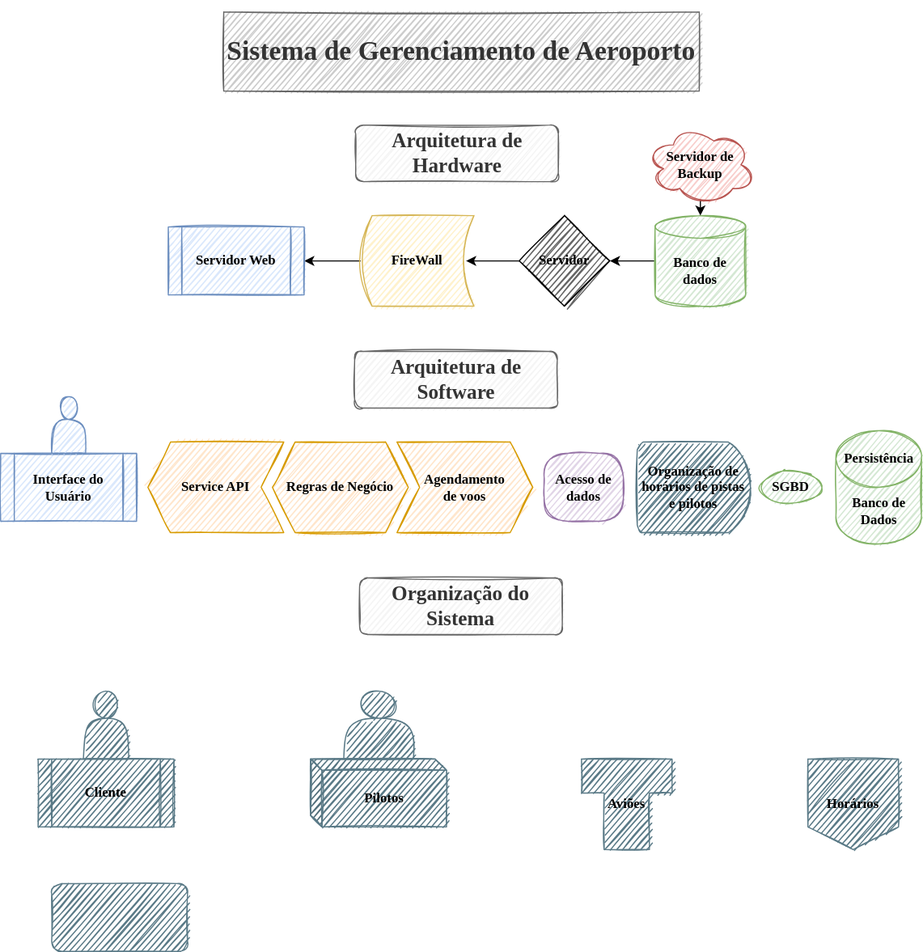
ipeeeed/arquivos-da-faculdade keeps this draw.io diagram as Diagrama sem título.drawio.svg. Above is the earlier version. Source tidied: cells renumbered, new cells last; positions are measured from the earlier drawing's top-left corner, leaving out a move shared by most shapes.
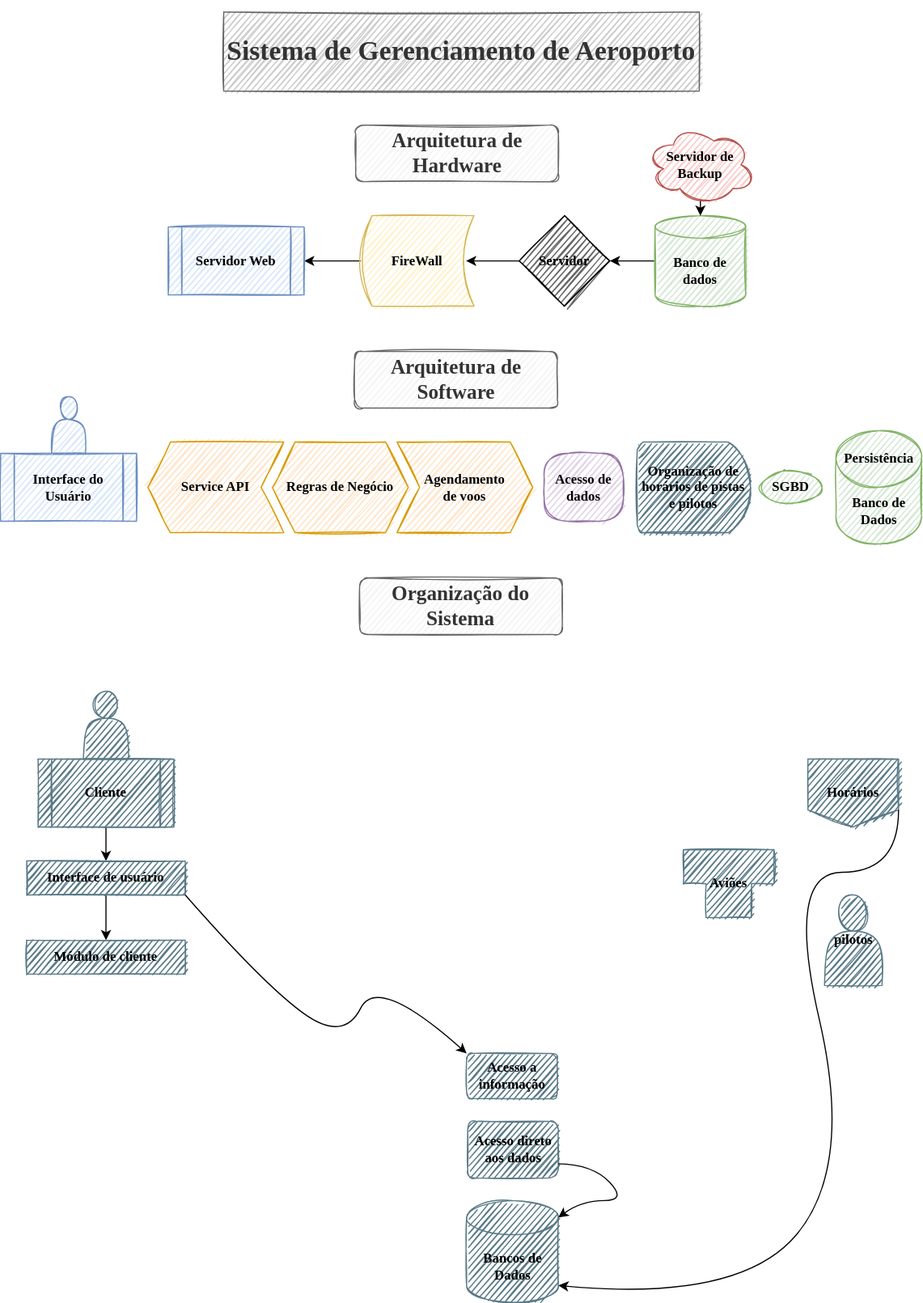
Above is the later version.

Change to the diagram source:
```diff
@@ -71,26 +71,69 @@
     <mxCell id="24" value="&lt;h2&gt;Organização do Sistema&lt;/h2&gt;" style="rounded=1;whiteSpace=wrap;html=1;sketch=1;fontFamily=Comic Sans MS;fillColor=#f5f5f5;fontColor=#333333;strokeColor=#666666;" parent="1" vertex="1">
       <mxGeometry x="317" y="500" width="179" height="50" as="geometry" />
     </mxCell>
+    <mxCell id="32" style="edgeStyle=orthogonalEdgeStyle;rounded=0;jettySize=auto;html=1;exitX=0.5;exitY=1;exitDx=0;exitDy=0;entryX=0.5;entryY=0;entryDx=0;entryDy=0;fontFamily=Comic Sans MS;fontColor=#000000;" parent="1" edge="1" source="25" target="34">
+      <mxGeometry relative="1" as="geometry" />
+    </mxCell>
     <mxCell id="25" value="&lt;b&gt;Cliente&lt;/b&gt;" style="shape=process;whiteSpace=wrap;html=1;backgroundOutline=1;sketch=1;fontFamily=Comic Sans MS;fontColor=#000000;strokeColor=#5A7A87;strokeWidth=1;fillColor=#5A7A87;gradientColor=none;" parent="1" vertex="1">
       <mxGeometry x="33" y="660" width="120" height="60" as="geometry" />
     </mxCell>
     <mxCell id="26" style="shape=actor;whiteSpace=wrap;html=1;sketch=1;fontFamily=Comic Sans MS;fontColor=#000000;strokeColor=#5A7A87;strokeWidth=1;fillColor=#5A7A87;gradientColor=none;" parent="1" vertex="1">
       <mxGeometry x="73" y="600" width="40" height="60" as="geometry" />
     </mxCell>
-    <mxCell id="27" value="&lt;b&gt;Pilotos&lt;/b&gt;" style="shape=cube;whiteSpace=wrap;html=1;boundedLbl=1;backgroundOutline=1;darkOpacity=0.05;darkOpacity2=0.1;sketch=1;fontFamily=Comic Sans MS;fontColor=#000000;strokeColor=#5A7A87;strokeWidth=1;fillColor=#5A7A87;gradientColor=none;size=10;" parent="1" vertex="1">
-      <mxGeometry x="273.8" y="660" width="120" height="60" as="geometry" />
-    </mxCell>
-    <mxCell id="28" style="shape=actor;whiteSpace=wrap;html=1;sketch=1;fontFamily=Comic Sans MS;fontColor=#000000;strokeColor=#5A7A87;strokeWidth=1;fillColor=#5A7A87;gradientColor=none;" parent="1" vertex="1">
-      <mxGeometry x="303" y="600" width="61.5" height="60" as="geometry" />
+    <mxCell id="28" value="&lt;b&gt;pilotos&lt;/b&gt;" style="shape=actor;whiteSpace=wrap;html=1;sketch=1;fontFamily=Comic Sans MS;fontColor=#000000;strokeColor=#5A7A87;strokeWidth=1;fillColor=#5A7A87;gradientColor=none;" parent="1" vertex="1">
+      <mxGeometry x="727.6" y="780" width="50.8" height="80" as="geometry" />
     </mxCell>
     <mxCell id="29" value="&lt;b&gt;Aviões&lt;/b&gt;" style="shape=tee;whiteSpace=wrap;html=1;sketch=1;fontFamily=Comic Sans MS;fontColor=#000000;strokeColor=#5A7A87;strokeWidth=1;fillColor=#5A7A87;gradientColor=none;dx=40;dy=30;" parent="1" vertex="1">
-      <mxGeometry x="513" y="660" width="80" height="80" as="geometry" />
+      <mxGeometry x="603" y="740" width="80" height="60" as="geometry" />
     </mxCell>
     <mxCell id="30" value="&lt;b&gt;Horários&lt;/b&gt;" style="shape=offPageConnector;whiteSpace=wrap;html=1;sketch=1;fontFamily=Comic Sans MS;fontColor=#000000;strokeColor=#5A7A87;strokeWidth=1;fillColor=#5A7A87;gradientColor=none;size=0.25;" parent="1" vertex="1">
-      <mxGeometry x="713" y="660" width="80" height="80" as="geometry" />
+      <mxGeometry x="713" y="660" width="80" height="60" as="geometry" />
     </mxCell>
-    <mxCell id="31" style="rounded=1;whiteSpace=wrap;html=1;sketch=1;fontFamily=Comic Sans MS;fontColor=#000000;strokeColor=#5A7A87;strokeWidth=1;fillColor=#5A7A87;gradientColor=none;" parent="1" vertex="1">
-      <mxGeometry x="45" y="770" width="120" height="60" as="geometry" />
+    <mxCell id="31" value="&lt;b&gt;Acesso a informação&lt;/b&gt;" style="rounded=1;whiteSpace=wrap;html=1;sketch=1;fontFamily=Comic Sans MS;fontColor=#000000;strokeColor=#5A7A87;strokeWidth=1;fillColor=#5A7A87;gradientColor=none;" parent="1" vertex="1">
+      <mxGeometry x="411.5" y="920" width="80" height="40" as="geometry" />
     </mxCell>
+    <mxCell id="33" style="edgeStyle=orthogonalEdgeStyle;rounded=0;jettySize=auto;html=1;exitX=0.5;exitY=1;exitDx=0;exitDy=0;entryX=0.5;entryY=0;entryDx=0;entryDy=0;fontFamily=Comic Sans MS;fontColor=#000000;" parent="1" edge="1" source="34" target="36">
+      <mxGeometry relative="1" as="geometry" />
+    </mxCell>
+    <mxCell id="34" value="&lt;b&gt;Interface de usuário&lt;/b&gt;" style="rounded=0;whiteSpace=wrap;html=1;sketch=1;fontFamily=Comic Sans MS;fontColor=#000000;strokeColor=#5A7A87;strokeWidth=1;fillColor=#5A7A87;gradientColor=none;" parent="1" vertex="1">
+      <mxGeometry x="23" y="750" width="140" height="30" as="geometry" />
+    </mxCell>
+    <mxCell id="35" value="&lt;b&gt;Bancos de Dados&lt;/b&gt;" style="shape=cylinder3;whiteSpace=wrap;html=1;boundedLbl=1;backgroundOutline=1;size=15;sketch=1;fontFamily=Comic Sans MS;fontColor=#000000;strokeColor=#5A7A87;strokeWidth=1;fillColor=#5A7A87;gradientColor=none;" parent="1" vertex="1">
+      <mxGeometry x="411.5" y="1050" width="81" height="90" as="geometry" />
+    </mxCell>
+    <mxCell id="36" value="&lt;b&gt;Módulo de cliente&lt;/b&gt;" style="rounded=0;whiteSpace=wrap;html=1;sketch=1;fontFamily=Comic Sans MS;fontColor=#000000;strokeColor=#5A7A87;strokeWidth=1;fillColor=#5A7A87;gradientColor=none;" parent="1" vertex="1">
+      <mxGeometry x="23" y="820" width="140" height="30" as="geometry" />
+    </mxCell>
+    <mxCell id="37" style="curved=1;endArrow=classic;html=1;rounded=0;fontFamily=Comic Sans MS;fontColor=#000000;exitX=1;exitY=1;exitDx=0;exitDy=0;entryX=0;entryY=0;entryDx=0;entryDy=0;" parent="1" edge="1" source="34" target="31">
+      <mxGeometry relative="1" as="geometry">
+        <Array as="points">
+          <mxPoint x="233" y="860" />
+          <mxPoint x="303" y="910" />
+          <mxPoint x="333" y="850" />
+        </Array>
+      </mxGeometry>
+    </mxCell>
+    <mxCell id="38" style="curved=1;endArrow=classic;html=1;rounded=0;fontFamily=Comic Sans MS;fontColor=#000000;exitX=1;exitY=0.75;exitDx=0;exitDy=0;entryX=1;entryY=1;entryDx=0;entryDy=-15;entryPerimeter=0;" parent="1" edge="1" source="30" target="35">
+      <mxGeometry relative="1" as="geometry">
+        <Array as="points">
+          <mxPoint x="793" y="760" />
+          <mxPoint x="693" y="760" />
+          <mxPoint x="753" y="1020" />
+          <mxPoint x="653" y="1140" />
+        </Array>
+      </mxGeometry>
+    </mxCell>
+    <mxCell id="39" value="&lt;b&gt;Acesso direto aos dados&lt;/b&gt;" style="rounded=1;whiteSpace=wrap;html=1;sketch=1;fontFamily=Comic Sans MS;fontColor=#000000;strokeColor=#5A7A87;strokeWidth=1;fillColor=#5A7A87;gradientColor=none;" parent="1" vertex="1">
+      <mxGeometry x="412.5" y="980" width="80" height="50" as="geometry" />
+    </mxCell>
+    <mxCell id="40" style="curved=1;endArrow=classic;html=1;rounded=0;fontFamily=Comic Sans MS;fontColor=#000000;entryX=1;entryY=0;entryDx=0;entryDy=15;entryPerimeter=0;exitX=1;exitY=0.75;exitDx=0;exitDy=0;" parent="1" edge="1" source="39" target="35">
+      <mxGeometry relative="1" as="geometry">
+        <Array as="points">
+          <mxPoint x="523" y="1018" />
+          <mxPoint x="553" y="1050" />
+          <mxPoint x="513" y="1050" />
+        </Array>
+      </mxGeometry>
+    </mxCell>
   </root>
 </mxGraphModel>
```
